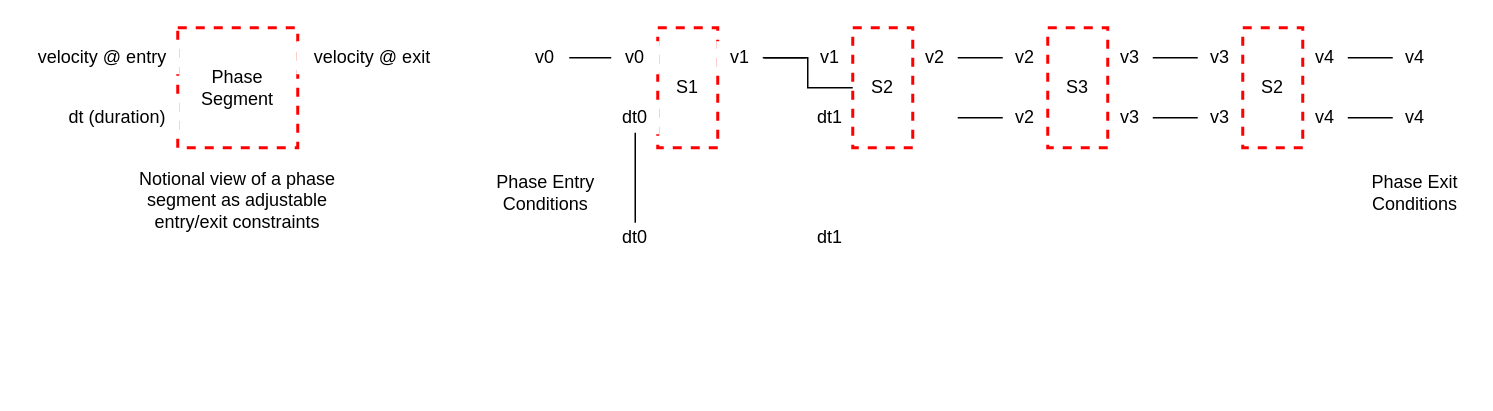
Before: page "Page-2" (2 of 2) of case_studies/mars_entry_descent_landing/figures/segment-contracts.drawio in pacti-org/pacti, a draw.io diagram. Source tidied: cells renumbered, new cells numbered last; positions are measured from the earlier drawing's top-left corner, leaving out a move shared by most shapes. Both pictures are drawn from the tidied source at 150%, with x=0, y=0 at pixel (27, -63).
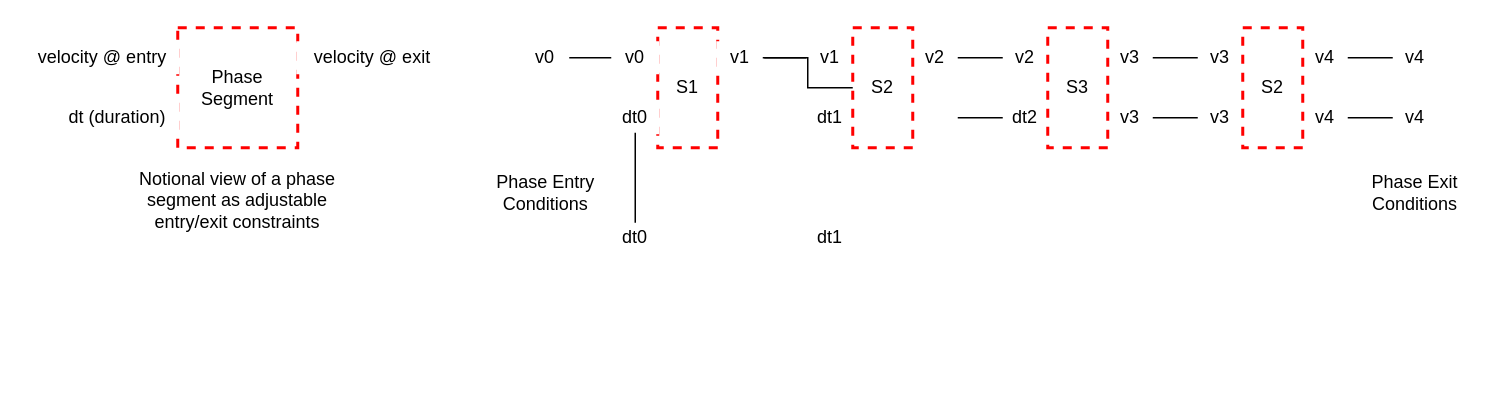
After the change.

The change refers to these unchanged cells:
```xml
<mxCell id="21" style="group;" parent="1" vertex="1">
  <mxGeometry x="650" y="60" width="100" height="80" as="geometry" />
</mxCell>
```

Change to the diagram source:
```diff
@@
-    <mxCell id="23" value="v2" style="rounded=0;whiteSpace=wrap;html=1;strokeColor=#FFFFFF;strokeWidth=2;" parent="21" vertex="1">
+    <mxCell id="23" value="dt2" style="rounded=0;whiteSpace=wrap;html=1;strokeColor=#FFFFFF;strokeWidth=2;" parent="21" vertex="1">
       <mxGeometry y="50" width="30" height="20" as="geometry" />
     </mxCell>
```
